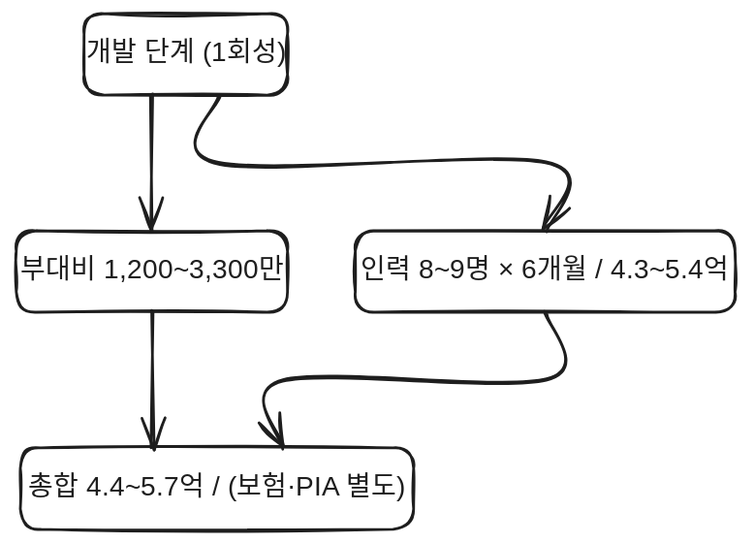
Before: diagrams/07-cost-development.excalidraw.svg, a diagram exported from Excalidraw (serendibeats/cargypsy). Source tidied: one line per element, renumbered; positions are measured from the earlier drawing's top-left corner, leaving out a move shared by most shapes.
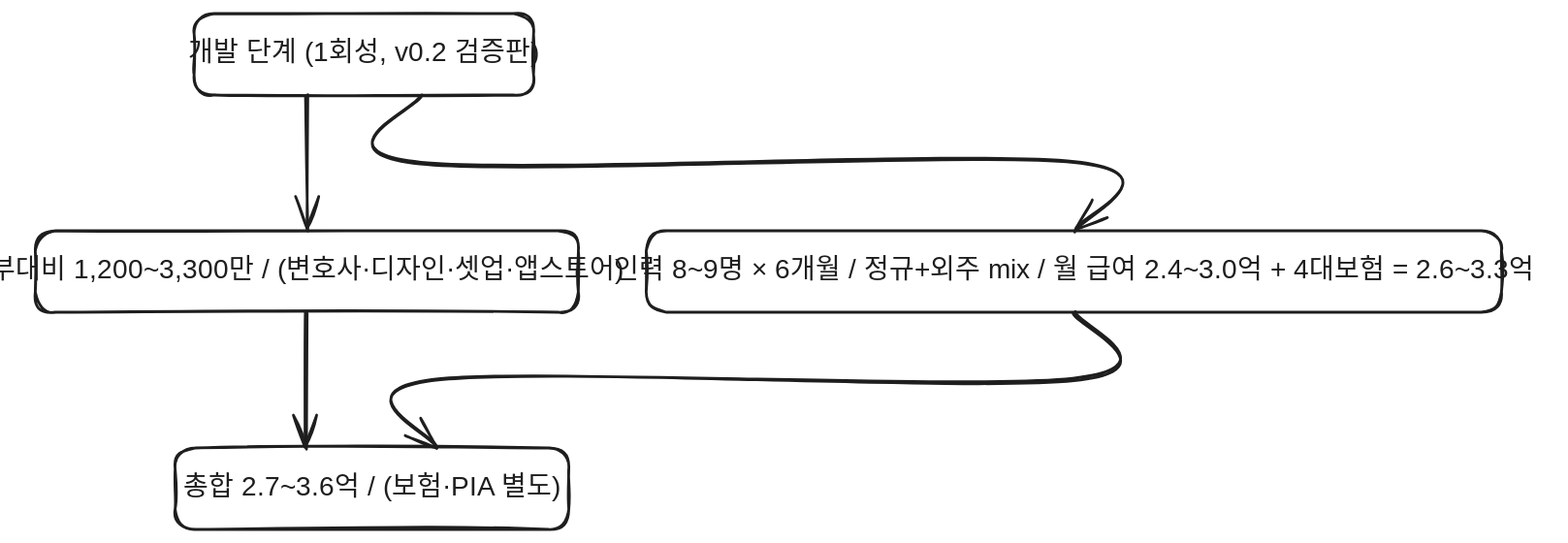
After the commit.

The edit, as a diff of the source:
```diff
@@ -1,12 +1,12 @@
-{"id": 0, "type": "rectangle", "strokeColor": "#1e1e1e", "strokeWidth": 2, "roughness": 1, "round": true, "x": 52, "y": 0, "width": 150, "height": 60}
-{"id": 1, "type": "text", "text": "개발 단계 (1회성)", "strokeColor": "#1e1e1e", "strokeWidth": 2, "roughness": 1, "fontSize": 20, "fontFamily": 5, "textAlign": "center", "verticalAlign": "middle", "x": 61, "y": 18, "width": 132, "height": 25}
-{"id": 2, "type": "rectangle", "strokeColor": "#1e1e1e", "strokeWidth": 2, "roughness": 1, "round": true, "x": 252, "y": 160, "width": 280, "height": 60}
-{"id": 3, "type": "text", "text": "인력 8~9명 × 6개월 / 4.3~5.4억", "strokeColor": "#1e1e1e", "strokeWidth": 2, "roughness": 1, "fontSize": 20, "fontFamily": 5, "textAlign": "center", "verticalAlign": "middle", "x": 248, "y": 178, "width": 288, "height": 25}
-{"id": 4, "type": "rectangle", "strokeColor": "#1e1e1e", "strokeWidth": 2, "roughness": 1, "round": true, "x": 2, "y": 160, "width": 200, "height": 60}
-{"id": 5, "type": "text", "text": "부대비 1,200~3,300만", "strokeColor": "#1e1e1e", "strokeWidth": 2, "roughness": 1, "fontSize": 20, "fontFamily": 5, "textAlign": "center", "verticalAlign": "middle", "x": 6, "y": 178, "width": 192, "height": 25}
-{"id": 6, "type": "rectangle", "strokeColor": "#1e1e1e", "strokeWidth": 2, "roughness": 1, "round": true, "x": 5, "y": 320, "width": 290, "height": 60}
-{"id": 7, "type": "text", "text": "총합 4.4~5.7억 / (보험·PIA 별도)", "strokeColor": "#1e1e1e", "strokeWidth": 2, "roughness": 1, "fontSize": 20, "fontFamily": 5, "textAlign": "center", "verticalAlign": "middle", "x": 0, "y": 338, "width": 300, "height": 25}
-{"id": 8, "type": "arrow", "strokeColor": "#1e1e1e", "strokeWidth": 2, "roughness": 1, "endArrowhead": "arrow", "round": true, "from": 0, "to": 2, "x": 152, "y": 60, "width": 240, "height": 100, "points": [[0, 0], [0, 50], [240, 50], [240, 100]]}
-{"id": 9, "type": "arrow", "strokeColor": "#1e1e1e", "strokeWidth": 2, "roughness": 1, "endArrowhead": "arrow", "round": true, "from": 0, "to": 4, "x": 102, "y": 60, "width": 0, "height": 100, "points": [[0, 0], [0, 100]]}
-{"id": 10, "type": "arrow", "strokeColor": "#1e1e1e", "strokeWidth": 2, "roughness": 1, "endArrowhead": "arrow", "round": true, "from": 2, "to": 6, "x": 392, "y": 220, "width": 194, "height": 100, "points": [[0, 0], [0, 50], [-194, 50], [-194, 100]]}
-{"id": 11, "type": "arrow", "strokeColor": "#1e1e1e", "strokeWidth": 2, "roughness": 1, "endArrowhead": "arrow", "round": true, "from": 4, "to": 6, "x": 102, "y": 220, "width": 0, "height": 100, "points": [[0, 0], [0, 100]]}
+{"id": 12, "type": "rectangle", "strokeColor": "#1e1e1e", "strokeWidth": 2, "roughness": 1, "round": true, "x": 119, "y": 0, "width": 250, "height": 60}
+{"id": 13, "type": "text", "text": "개발 단계 (1회성, v0.2 검증판)", "strokeColor": "#1e1e1e", "strokeWidth": 2, "roughness": 1, "fontSize": 20, "fontFamily": 5, "textAlign": "center", "verticalAlign": "middle", "x": 118, "y": 18, "width": 252, "height": 25}
+{"id": 14, "type": "rectangle", "strokeColor": "#1e1e1e", "strokeWidth": 2, "roughness": 1, "round": true, "x": 452, "y": 160, "width": 630, "height": 60}
+{"id": 15, "type": "text", "text": "인력 8~9명 × 6개월 / 정규+외주 mix / 월 급여 2.4~3.0억 + 4대보험 = 2.6~3.3억", "strokeColor": "#1e1e1e", "strokeWidth": 2, "roughness": 1, "fontSize": 20, "fontFamily": 5, "textAlign": "center", "verticalAlign": "middle", "x": 413, "y": 178, "width": 708, "height": 25}
+{"id": 16, "type": "rectangle", "strokeColor": "#1e1e1e", "strokeWidth": 2, "roughness": 1, "round": true, "x": 2, "y": 160, "width": 400, "height": 60}
+{"id": 17, "type": "text", "text": "부대비 1,200~3,300만 / (변호사·디자인·셋업·앱스토어)", "strokeColor": "#1e1e1e", "strokeWidth": 2, "roughness": 1, "fontSize": 20, "fontFamily": 5, "textAlign": "center", "verticalAlign": "middle", "x": -14, "y": 178, "width": 432, "height": 25}
+{"id": 18, "type": "rectangle", "strokeColor": "#1e1e1e", "strokeWidth": 2, "roughness": 1, "round": true, "x": 105, "y": 320, "width": 290, "height": 60}
+{"id": 19, "type": "text", "text": "총합 2.7~3.6억 / (보험·PIA 별도)", "strokeColor": "#1e1e1e", "strokeWidth": 2, "roughness": 1, "fontSize": 20, "fontFamily": 5, "textAlign": "center", "verticalAlign": "middle", "x": 100, "y": 338, "width": 300, "height": 25}
+{"id": 20, "type": "arrow", "strokeColor": "#1e1e1e", "strokeWidth": 2, "roughness": 1, "endArrowhead": "arrow", "round": true, "from": 12, "to": 14, "x": 286, "y": 60, "width": 481, "height": 100, "points": [[0, 0], [0, 50], [481, 50], [481, 100]]}
+{"id": 21, "type": "arrow", "strokeColor": "#1e1e1e", "strokeWidth": 2, "roughness": 1, "endArrowhead": "arrow", "round": true, "from": 12, "to": 16, "x": 202, "y": 60, "width": 0, "height": 100, "points": [[0, 0], [0, 100]]}
+{"id": 22, "type": "arrow", "strokeColor": "#1e1e1e", "strokeWidth": 2, "roughness": 1, "endArrowhead": "arrow", "round": true, "from": 14, "to": 18, "x": 767, "y": 220, "width": 469, "height": 100, "points": [[0, 0], [0, 50], [-469, 50], [-469, 100]]}
+{"id": 23, "type": "arrow", "strokeColor": "#1e1e1e", "strokeWidth": 2, "roughness": 1, "endArrowhead": "arrow", "round": true, "from": 16, "to": 18, "x": 202, "y": 220, "width": 0, "height": 100, "points": [[0, 0], [0, 100]]}
```
